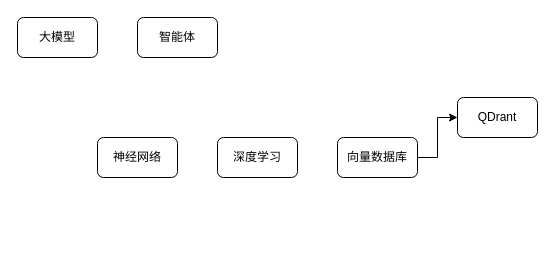
Before: Demo.drawio in yanhanfrontend/draw.io.workspace, a draw.io diagram. Source tidied: cells renumbered, new cells numbered last; positions are measured from the earlier drawing's top-left corner, leaving out a move shared by most shapes. Both pictures are drawn from the tidied source at 100%, with x=0, y=0 at pixel (17, 17).
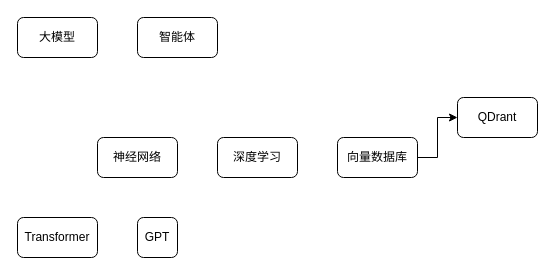
Above is the later version.

The edit, as a diff of the source:
```diff
@@
 <mxGraphModel>
   <root>
     <mxCell id="0" />
     <mxCell id="1" parent="0" />
     <mxCell id="2" value="大模型" style="rounded=1;whiteSpace=wrap;html=1;fontSize=12;glass=0;strokeWidth=1;shadow=0;" parent="1" vertex="1">
       <mxGeometry width="80" height="40" as="geometry" />
     </mxCell>
     <mxCell id="3" value="智能体" style="rounded=1;whiteSpace=wrap;html=1;fontSize=12;glass=0;strokeWidth=1;shadow=0;" parent="1" vertex="1">
       <mxGeometry x="120" width="80" height="40" as="geometry" />
     </mxCell>
     <mxCell id="4" value="神经网络" style="rounded=1;whiteSpace=wrap;html=1;fontSize=12;glass=0;strokeWidth=1;shadow=0;" parent="1" vertex="1">
       <mxGeometry x="80" y="120" width="80" height="40" as="geometry" />
     </mxCell>
     <mxCell id="5" value="深度学习" style="rounded=1;whiteSpace=wrap;html=1;fontSize=12;glass=0;strokeWidth=1;shadow=0;" parent="1" vertex="1">
       <mxGeometry x="200" y="120" width="80" height="40" as="geometry" />
     </mxCell>
     <mxCell id="6" style="edgeStyle=orthogonalEdgeStyle;rounded=0;jettySize=auto;html=1;exitX=1;exitY=0.5;exitDx=0;exitDy=0;entryX=0;entryY=0.5;entryDx=0;entryDy=0;" parent="1" edge="1" source="7" target="8">
       <mxGeometry relative="1" as="geometry" />
     </mxCell>
     <mxCell id="7" value="向量数据库" style="rounded=1;whiteSpace=wrap;html=1;fontSize=12;glass=0;strokeWidth=1;shadow=0;" parent="1" vertex="1">
       <mxGeometry x="320" y="120" width="80" height="40" as="geometry" />
     </mxCell>
     <mxCell id="8" value="QDrant" style="rounded=1;whiteSpace=wrap;html=1;fontSize=12;glass=0;strokeWidth=1;shadow=0;" parent="1" vertex="1">
       <mxGeometry x="440" y="80" width="80" height="40" as="geometry" />
     </mxCell>
+    <mxCell id="9" value="Transformer" style="rounded=1;whiteSpace=wrap;html=1;fontSize=12;glass=0;strokeWidth=1;shadow=0;" parent="1" vertex="1">
+      <mxGeometry y="200" width="80" height="40" as="geometry" />
+    </mxCell>
+    <mxCell id="10" value="GPT" style="rounded=1;whiteSpace=wrap;html=1;fontSize=12;glass=0;strokeWidth=1;shadow=0;" parent="1" vertex="1">
+      <mxGeometry x="120" y="200" width="40" height="40" as="geometry" />
+    </mxCell>
   </root>
 </mxGraphModel>
```
